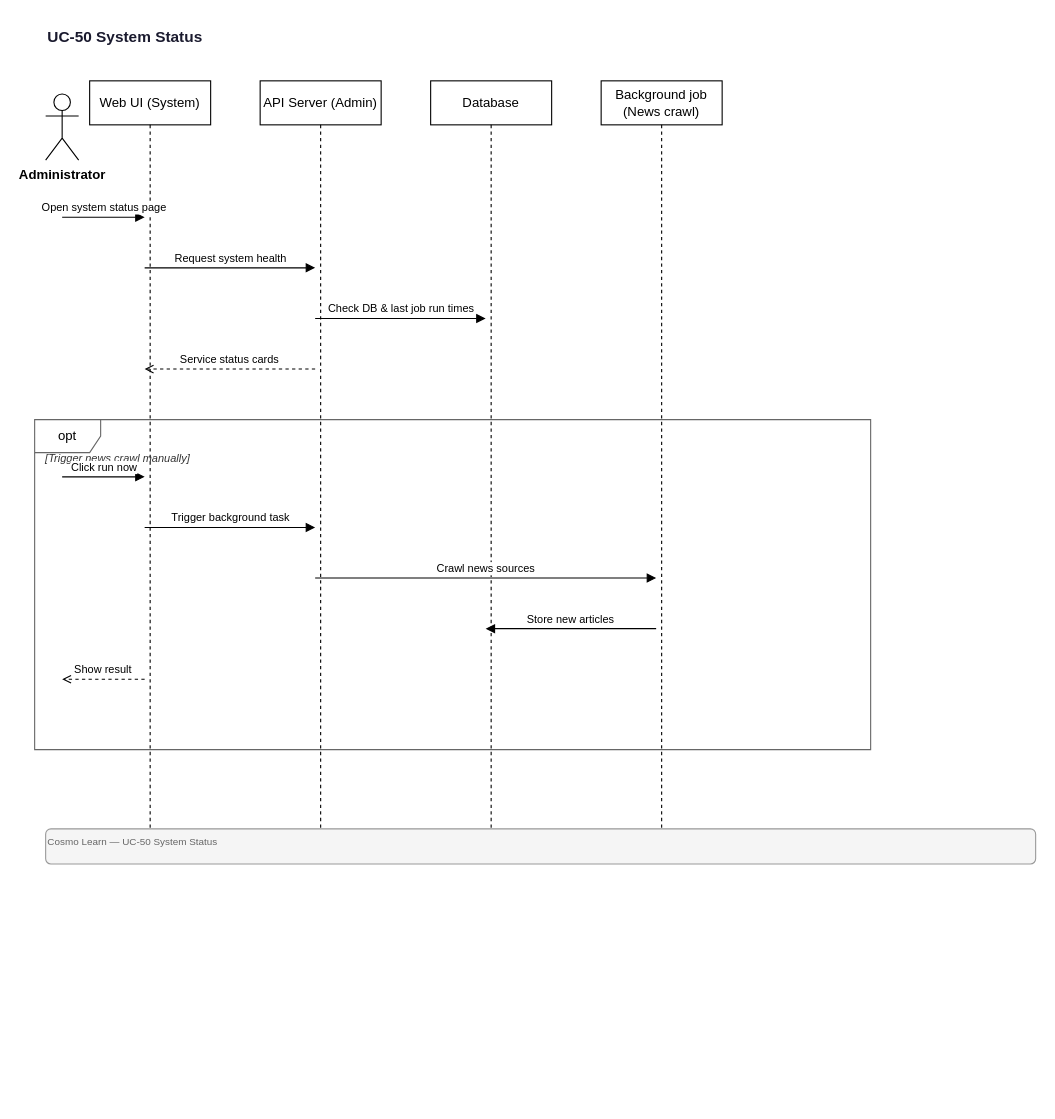
Before: docs/diagrams/sequence/UC-50-System-Status.drawio in quangg1/ASTRO_EDU, a draw.io diagram. Source tidied: cells renumbered, new cells numbered last; positions are measured from the earlier drawing's top-left corner, leaving out a move shared by most shapes. Both pictures are drawn from the tidied source at 110%, with x=0, y=0 at pixel (34, 19).
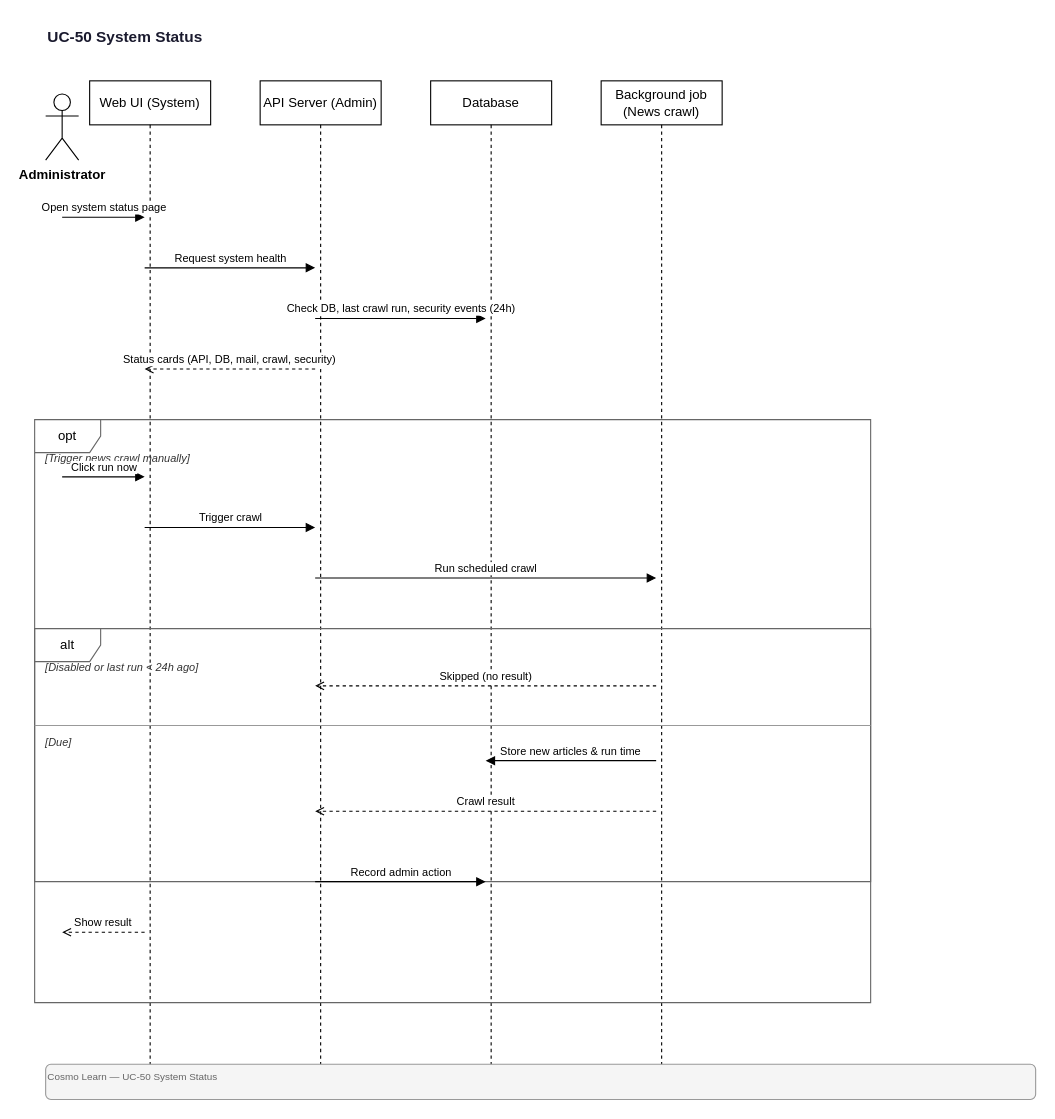
The same page after the edit.

The edit, as a diff of the source:
```diff
@@
     <mxCell id="4" value="Web UI (System)" style="shape=umlLifeline;perimeter=lifelinePerimeter;whiteSpace=wrap;html=1;size=40;" parent="1" vertex="1">
-      <mxGeometry x="50" y="56" width="110" height="682" as="geometry" />
+      <mxGeometry x="50" y="56" width="110" height="896" as="geometry" />
     </mxCell>
     <mxCell id="5" value="API Server (Admin)" style="shape=umlLifeline;perimeter=lifelinePerimeter;whiteSpace=wrap;html=1;size=40;" parent="1" vertex="1">
-      <mxGeometry x="205" y="56" width="110" height="682" as="geometry" />
+      <mxGeometry x="205" y="56" width="110" height="896" as="geometry" />
     </mxCell>
     <mxCell id="6" value="Database" style="shape=umlLifeline;perimeter=lifelinePerimeter;whiteSpace=wrap;html=1;size=40;" parent="1" vertex="1">
-      <mxGeometry x="360" y="56" width="110" height="682" as="geometry" />
+      <mxGeometry x="360" y="56" width="110" height="896" as="geometry" />
     </mxCell>
     <mxCell id="7" value="Background job (News crawl)" style="shape=umlLifeline;perimeter=lifelinePerimeter;whiteSpace=wrap;html=1;size=40;" parent="1" vertex="1">
-      <mxGeometry x="515" y="56" width="110" height="682" as="geometry" />
+      <mxGeometry x="515" y="56" width="110" height="896" as="geometry" />
     </mxCell>
@@
-    <mxCell id="10" value="Check DB &amp; last job run times" style="endArrow=block;endFill=1;html=1;fontSize=10;verticalAlign=bottom;" parent="1" edge="1">
+    <mxCell id="10" value="Check DB, last crawl run, security events (24h)" style="endArrow=block;endFill=1;html=1;fontSize=10;verticalAlign=bottom;" parent="1" edge="1">
       <mxGeometry relative="1" as="geometry">
         <mxPoint x="255" y="272" as="sourcePoint" />
         <mxPoint x="410" y="272" as="targetPoint" />
       </mxGeometry>
     </mxCell>
-    <mxCell id="11" value="Service status cards" style="endArrow=open;endFill=0;html=1;dashed=1;fontSize=10;verticalAlign=bottom;" parent="1" edge="1">
+    <mxCell id="11" value="Status cards (API, DB, mail, crawl, security)" style="endArrow=open;endFill=0;html=1;dashed=1;fontSize=10;verticalAlign=bottom;" parent="1" edge="1">
       <mxGeometry relative="1" as="geometry">
         <mxPoint x="255" y="318" as="sourcePoint" />
         <mxPoint x="100" y="318" as="targetPoint" />
       </mxGeometry>
     </mxCell>
     <mxCell id="12" value="opt" style="shape=umlFrame;whiteSpace=wrap;html=1;fillColor=none;strokeColor=#666666;" parent="1" vertex="1">
-      <mxGeometry y="364" width="760" height="300" as="geometry" />
+      <mxGeometry y="364" width="760" height="530" as="geometry" />
     </mxCell>
@@
-    <mxCell id="15" value="Trigger background task" style="endArrow=block;endFill=1;html=1;fontSize=10;verticalAlign=bottom;" parent="1" edge="1">
+    <mxCell id="15" value="Trigger crawl" style="endArrow=block;endFill=1;html=1;fontSize=10;verticalAlign=bottom;" parent="1" edge="1">
       <mxGeometry relative="1" as="geometry">
         <mxPoint x="100" y="462" as="sourcePoint" />
         <mxPoint x="255" y="462" as="targetPoint" />
       </mxGeometry>
     </mxCell>
-    <mxCell id="16" value="Crawl news sources" style="endArrow=block;endFill=1;html=1;fontSize=10;verticalAlign=bottom;" parent="1" edge="1">
+    <mxCell id="16" value="Run scheduled crawl" style="endArrow=block;endFill=1;html=1;fontSize=10;verticalAlign=bottom;" parent="1" edge="1">
       <mxGeometry relative="1" as="geometry">
         <mxPoint x="255" y="508" as="sourcePoint" />
         <mxPoint x="565" y="508" as="targetPoint" />
       </mxGeometry>
     </mxCell>
-    <mxCell id="17" value="Store new articles" style="endArrow=block;endFill=1;html=1;fontSize=10;verticalAlign=bottom;" parent="1" edge="1">
-      <mxGeometry relative="1" as="geometry">
-        <mxPoint x="565" y="554" as="sourcePoint" />
-        <mxPoint x="410" y="554" as="targetPoint" />
-      </mxGeometry>
+    <mxCell id="17" value="alt" style="shape=umlFrame;whiteSpace=wrap;html=1;fillColor=none;strokeColor=#666666;" parent="1" vertex="1">
+      <mxGeometry y="554" width="760" height="230" as="geometry" />
     </mxCell>
-    <mxCell id="18" value="Show result" style="endArrow=open;endFill=0;html=1;dashed=1;fontSize=10;verticalAlign=bottom;" parent="1" edge="1">
-      <mxGeometry relative="1" as="geometry">
-        <mxPoint x="100" y="600" as="sourcePoint" />
-        <mxPoint x="25" y="600" as="targetPoint" />
-      </mxGeometry>
+    <mxCell id="18" value="[Disabled or last run &lt; 24h ago]" style="text;html=1;strokeColor=none;fillColor=none;align=left;verticalAlign=middle;fontSize=10;fontStyle=2;fontColor=#333333;" parent="1" vertex="1">
+      <mxGeometry x="8" y="580" width="744" height="18" as="geometry" />
     </mxCell>
-    <mxCell id="19" value="Cosmo Learn — UC-50 System Status" style="text;html=1;strokeColor=#999;fillColor=#f5f5f5;align=left;verticalAlign=top;fontSize=9;fontColor=#666;rounded=1;" parent="1" vertex="1">
-      <mxGeometry x="10" y="736" width="900" height="32" as="geometry" />
+    <mxCell id="19" value="Skipped (no result)" style="endArrow=open;endFill=0;html=1;dashed=1;fontSize=10;verticalAlign=bottom;" parent="1" edge="1">
+      <mxGeometry relative="1" as="geometry">
+        <mxPoint x="565" y="606" as="sourcePoint" />
+        <mxPoint x="255" y="606" as="targetPoint" />
+      </mxGeometry>
     </mxCell>
+    <mxCell id="20" value="[Due]" style="text;html=1;strokeColor=none;fillColor=none;align=left;verticalAlign=middle;fontSize=10;fontStyle=2;fontColor=#333333;" parent="1" vertex="1">
+      <mxGeometry x="8" y="648" width="744" height="18" as="geometry" />
+    </mxCell>
+    <mxCell id="21" style="endArrow=none;html=1;strokeWidth=1;strokeColor=#999999;" parent="1" edge="1">
+      <mxGeometry relative="1" as="geometry">
+        <mxPoint y="642" as="sourcePoint" />
+        <mxPoint x="760" y="642" as="targetPoint" />
+      </mxGeometry>
+    </mxCell>
+    <mxCell id="22" value="Store new articles &amp; run time" style="endArrow=block;endFill=1;html=1;fontSize=10;verticalAlign=bottom;" parent="1" edge="1">
+      <mxGeometry relative="1" as="geometry">
+        <mxPoint x="565" y="674" as="sourcePoint" />
+        <mxPoint x="410" y="674" as="targetPoint" />
+      </mxGeometry>
+    </mxCell>
+    <mxCell id="23" value="Crawl result" style="endArrow=open;endFill=0;html=1;dashed=1;fontSize=10;verticalAlign=bottom;" parent="1" edge="1">
+      <mxGeometry relative="1" as="geometry">
+        <mxPoint x="565" y="720" as="sourcePoint" />
+        <mxPoint x="255" y="720" as="targetPoint" />
+      </mxGeometry>
+    </mxCell>
+    <mxCell id="24" value="Record admin action" style="endArrow=block;endFill=1;html=1;fontSize=10;verticalAlign=bottom;" parent="1" edge="1">
+      <mxGeometry relative="1" as="geometry">
+        <mxPoint x="255" y="784" as="sourcePoint" />
+        <mxPoint x="410" y="784" as="targetPoint" />
+      </mxGeometry>
+    </mxCell>
+    <mxCell id="25" value="Show result" style="endArrow=open;endFill=0;html=1;dashed=1;fontSize=10;verticalAlign=bottom;" parent="1" edge="1">
+      <mxGeometry relative="1" as="geometry">
+        <mxPoint x="100" y="830" as="sourcePoint" />
+        <mxPoint x="25" y="830" as="targetPoint" />
+      </mxGeometry>
+    </mxCell>
+    <mxCell id="26" value="Cosmo Learn — UC-50 System Status" style="text;html=1;strokeColor=#999;fillColor=#f5f5f5;align=left;verticalAlign=top;fontSize=9;fontColor=#666;rounded=1;" parent="1" vertex="1">
+      <mxGeometry x="10" y="950" width="900" height="32" as="geometry" />
+    </mxCell>
```
